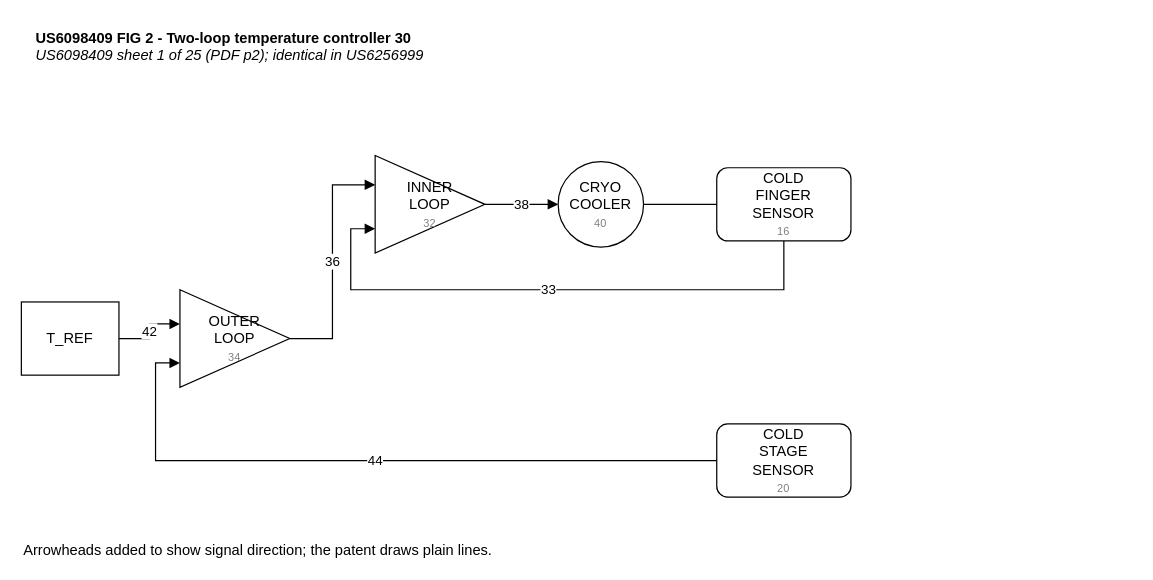
Above: docs/oem-controller/US6098409/diagrams/fig2_two_loop_controller.drawio in jhyland87/Cryocooler-Controller (draw.io), before the change. Source tidied: cells renumbered, new cells numbered last; positions are measured from the earlier drawing's top-left corner, leaving out a move shared by most shapes. Both pictures are drawn from the tidied source at 122%, with x=0, y=0 at pixel (21, 21).
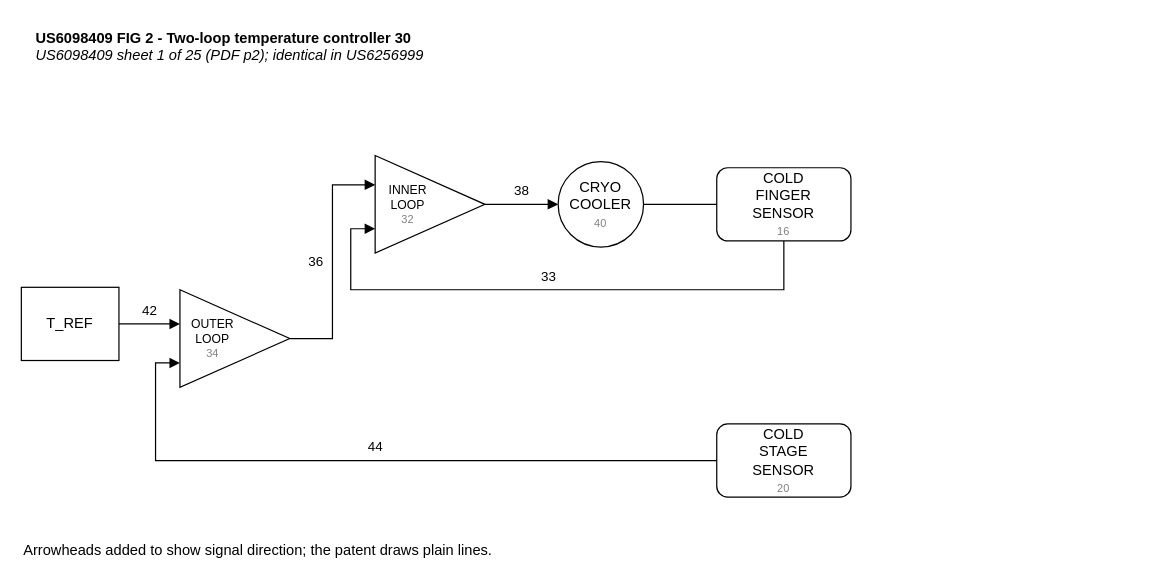
After the change.

Diff of the diagram source:
```diff
@@
 <mxGraphModel>
   <root>
     <mxCell id="0" />
     <mxCell id="1" parent="0" />
     <mxCell id="2" value="&lt;b&gt;US6098409 FIG 2 - Two-loop temperature controller 30&lt;/b&gt;&lt;br&gt;&lt;i&gt;US6098409 sheet 1 of 25 (PDF p2); identical in US6256999&lt;/i&gt;" style="text;html=1;align=left;verticalAlign=top;whiteSpace=wrap;strokeColor=none;fillColor=none;" parent="1" vertex="1">
       <mxGeometry x="10" width="900" height="40" as="geometry" />
     </mxCell>
     <mxCell id="3" value="T_REF" style="rounded=0;whiteSpace=wrap;html=1;" parent="1" vertex="1">
-      <mxGeometry y="230" width="80" height="60" as="geometry" />
+      <mxGeometry y="218" width="80" height="60" as="geometry" />
     </mxCell>
-    <mxCell id="4" value="OUTER&lt;br&gt;LOOP&lt;br&gt;&lt;font style=&quot;font-size:9px&quot; color=&quot;#808080&quot;&gt;34&lt;/font&gt;" style="triangle;whiteSpace=wrap;html=1;" parent="1" vertex="1">
+    <mxCell id="4" value="OUTER&lt;br&gt;LOOP&lt;br&gt;&lt;font style=&quot;font-size:9px&quot; color=&quot;#808080&quot;&gt;34&lt;/font&gt;" style="triangle;whiteSpace=wrap;html=1;fontSize=10;spacingRight=36;" parent="1" vertex="1">
       <mxGeometry x="130" y="220" width="90" height="80" as="geometry" />
     </mxCell>
-    <mxCell id="5" value="INNER&lt;br&gt;LOOP&lt;br&gt;&lt;font style=&quot;font-size:9px&quot; color=&quot;#808080&quot;&gt;32&lt;/font&gt;" style="triangle;whiteSpace=wrap;html=1;" parent="1" vertex="1">
+    <mxCell id="5" value="INNER&lt;br&gt;LOOP&lt;br&gt;&lt;font style=&quot;font-size:9px&quot; color=&quot;#808080&quot;&gt;32&lt;/font&gt;" style="triangle;whiteSpace=wrap;html=1;fontSize=10;spacingRight=36;" parent="1" vertex="1">
       <mxGeometry x="290" y="110" width="90" height="80" as="geometry" />
     </mxCell>
     <mxCell id="6" value="CRYO&lt;br&gt;COOLER&lt;br&gt;&lt;font style=&quot;font-size:9px&quot; color=&quot;#808080&quot;&gt;40&lt;/font&gt;" style="ellipse;whiteSpace=wrap;html=1;" parent="1" vertex="1">
       <mxGeometry x="440" y="115" width="70" height="70" as="geometry" />
     </mxCell>
     <mxCell id="7" value="COLD&lt;br&gt;FINGER&lt;br&gt;SENSOR&lt;br&gt;&lt;font style=&quot;font-size:9px&quot; color=&quot;#808080&quot;&gt;16&lt;/font&gt;" style="rounded=1;whiteSpace=wrap;html=1;" parent="1" vertex="1">
       <mxGeometry x="570" y="120" width="110" height="60" as="geometry" />
     </mxCell>
     <mxCell id="8" value="COLD&lt;br&gt;STAGE&lt;br&gt;SENSOR&lt;br&gt;&lt;font style=&quot;font-size:9px&quot; color=&quot;#808080&quot;&gt;20&lt;/font&gt;" style="rounded=1;whiteSpace=wrap;html=1;" parent="1" vertex="1">
       <mxGeometry x="570" y="330" width="110" height="60" as="geometry" />
     </mxCell>
-    <mxCell id="9" value="42" style="edgeStyle=orthogonalEdgeStyle;rounded=0;html=1;endArrow=block;endFill=1;entryX=0;entryY=0.35;entryDx=0;entryDy=0;" parent="1" edge="1" source="3" target="4">
+    <mxCell id="9" value="42" style="edgeStyle=orthogonalEdgeStyle;rounded=0;html=1;endArrow=block;endFill=1;entryX=0;entryY=0.35;entryDx=0;entryDy=0;verticalAlign=bottom;labelBackgroundColor=none;spacingBottom=2;" parent="1" edge="1" source="3" target="4">
       <mxGeometry relative="1" as="geometry" />
     </mxCell>
-    <mxCell id="10" value="36" style="edgeStyle=orthogonalEdgeStyle;rounded=0;html=1;endArrow=block;endFill=1;entryX=0;entryY=0.3;entryDx=0;entryDy=0;" parent="1" edge="1" source="4" target="5">
+    <mxCell id="10" value="36" style="edgeStyle=orthogonalEdgeStyle;rounded=0;html=1;endArrow=block;endFill=1;align=right;verticalAlign=middle;labelBackgroundColor=none;spacingRight=6;entryX=0;entryY=0.3;entryDx=0;entryDy=0;" parent="1" edge="1" source="4" target="5">
       <mxGeometry relative="1" as="geometry" />
     </mxCell>
-    <mxCell id="11" value="38" style="edgeStyle=orthogonalEdgeStyle;rounded=0;html=1;endArrow=block;endFill=1;" parent="1" edge="1" source="5" target="6">
+    <mxCell id="11" value="38" style="edgeStyle=orthogonalEdgeStyle;rounded=0;html=1;endArrow=block;endFill=1;verticalAlign=bottom;labelBackgroundColor=none;spacingBottom=2;" parent="1" edge="1" source="5" target="6">
       <mxGeometry relative="1" as="geometry" />
     </mxCell>
     <mxCell id="12" style="edgeStyle=orthogonalEdgeStyle;rounded=0;html=1;endArrow=block;endFill=1;endArrow=none;" parent="1" edge="1" source="6" target="7">
       <mxGeometry relative="1" as="geometry" />
     </mxCell>
-    <mxCell id="13" value="33" style="edgeStyle=orthogonalEdgeStyle;rounded=0;html=1;endArrow=block;endFill=1;exitX=0.5;exitY=1;exitDx=0;exitDy=0;entryX=0;entryY=0.75;entryDx=0;entryDy=0;" parent="1" edge="1" source="7" target="5">
+    <mxCell id="13" value="33" style="edgeStyle=orthogonalEdgeStyle;rounded=0;html=1;endArrow=block;endFill=1;exitX=0.5;exitY=1;exitDx=0;exitDy=0;entryX=0;entryY=0.75;entryDx=0;entryDy=0;verticalAlign=bottom;labelBackgroundColor=none;spacingBottom=2;" parent="1" edge="1" source="7" target="5">
       <mxGeometry relative="1" as="geometry">
         <Array as="points">
           <mxPoint x="625" y="220" />
           <mxPoint x="270" y="220" />
           <mxPoint x="270" y="170" />
         </Array>
       </mxGeometry>
     </mxCell>
-    <mxCell id="14" value="44" style="edgeStyle=orthogonalEdgeStyle;rounded=0;html=1;endArrow=block;endFill=1;entryX=0;entryY=0.75;entryDx=0;entryDy=0;" parent="1" edge="1" source="8" target="4">
+    <mxCell id="14" value="44" style="edgeStyle=orthogonalEdgeStyle;rounded=0;html=1;endArrow=block;endFill=1;entryX=0;entryY=0.75;entryDx=0;entryDy=0;verticalAlign=bottom;labelBackgroundColor=none;spacingBottom=2;" parent="1" edge="1" source="8" target="4">
       <mxGeometry relative="1" as="geometry">
         <Array as="points">
           <mxPoint x="110" y="360" />
           <mxPoint x="110" y="280" />
         </Array>
       </mxGeometry>
     </mxCell>
     <mxCell id="15" value="Arrowheads added to show signal direction; the patent draws plain lines." style="text;html=1;align=left;verticalAlign=top;whiteSpace=wrap;strokeColor=none;fillColor=none;" parent="1" vertex="1">
       <mxGeometry y="420" width="500" height="20" as="geometry" />
     </mxCell>
   </root>
 </mxGraphModel>
```
